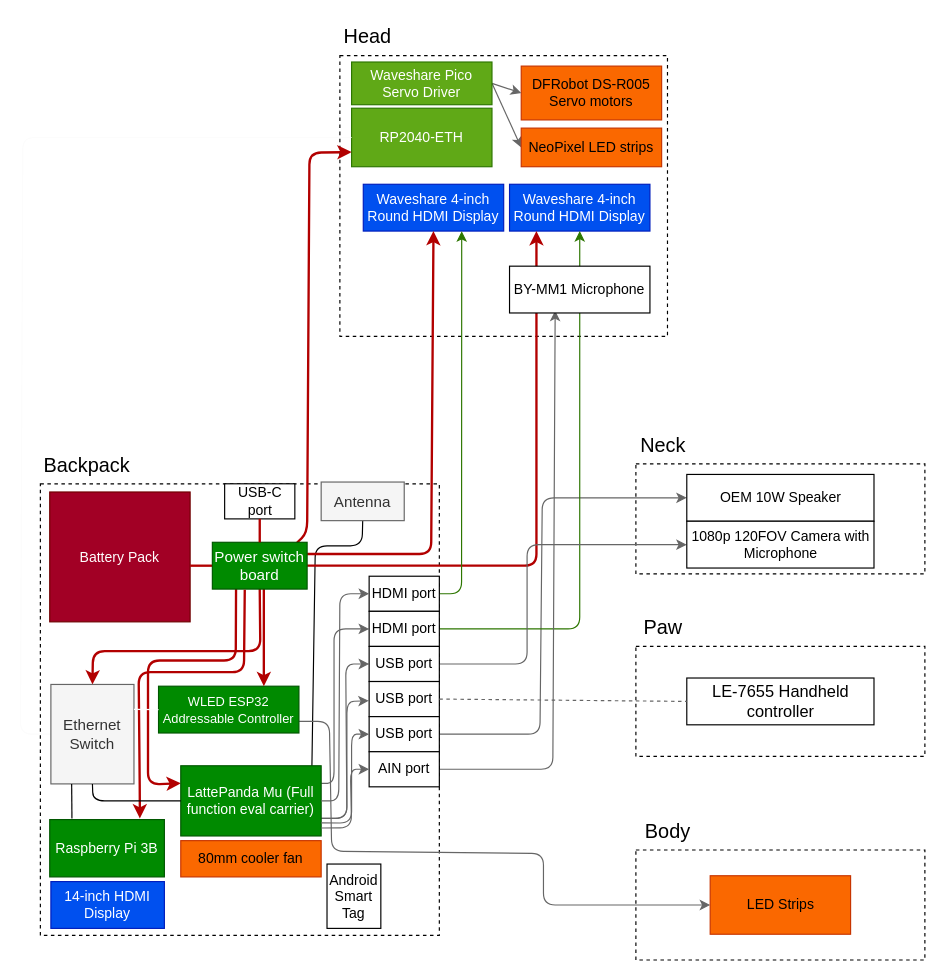
Above: Planning/Hardware.drawio in MekhyW/DYNAMO-Electronic-Fursuit-3.0 (draw.io), before the change. Source tidied: cells renumbered, new cells numbered last; positions are measured from the earlier drawing's top-left corner, leaving out a move shared by most shapes. Both pictures are drawn from the tidied source at 117%, with x=0, y=0 at pixel (20, 20).
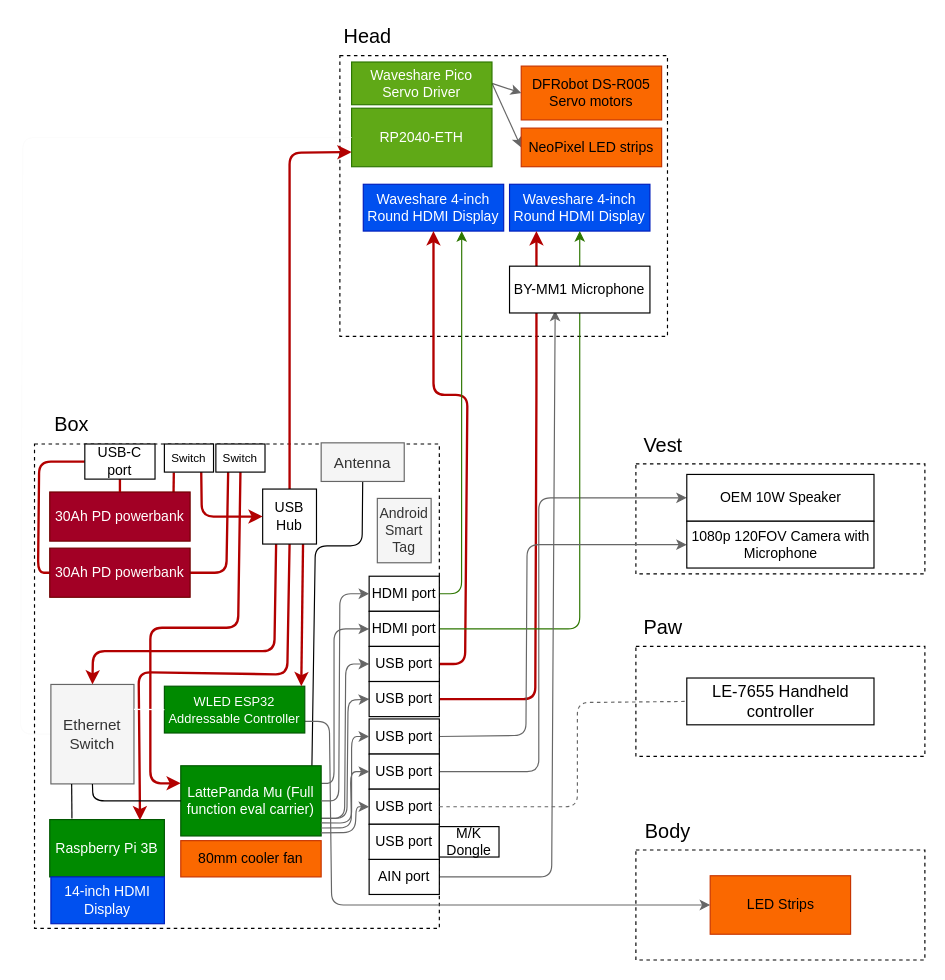
After the change.

The change refers to these unchanged cells:
```xml
<mxCell id="6" value="RP2040-ETH" style="rounded=0;whiteSpace=wrap;html=1;fillColor=#60a917;fontColor=#ffffff;strokeColor=#2D7600;" parent="1" vertex="1">
  <mxGeometry x="283" y="75" width="120" height="50" as="geometry" />
</mxCell>
<mxCell id="17" value="LattePanda Mu (Full function eval carrier)" style="rounded=0;whiteSpace=wrap;html=1;fillColor=#008a00;fontColor=#ffffff;strokeColor=#005700;" parent="1" vertex="1">
  <mxGeometry x="137" y="637" width="120" height="60" as="geometry" />
</mxCell>
<mxCell id="20" value="Waveshare 4-inch Round HDMI Display" style="rounded=0;whiteSpace=wrap;html=1;fillColor=#0050ef;fontColor=#ffffff;strokeColor=#001DBC;" parent="1" vertex="1">
  <mxGeometry x="293" y="140" width="120" height="40" as="geometry" />
</mxCell>
<mxCell id="34" value="&lt;font style=&quot;&quot;&gt;OEM 10W Speaker&lt;/font&gt;" style="rounded=0;whiteSpace=wrap;html=1;" parent="1" vertex="1">
  <mxGeometry x="569.5" y="388" width="160" height="40" as="geometry" />
</mxCell>
<mxCell id="39" value="&lt;font style=&quot;font-size: 14px;&quot;&gt;LE-7655 Handheld controller&lt;/font&gt;" style="rounded=0;whiteSpace=wrap;html=1;" parent="1" vertex="1">
  <mxGeometry x="569.5" y="562" width="160" height="40" as="geometry" />
</mxCell>
<mxCell id="55" value="Ethernet Switch" style="whiteSpace=wrap;html=1;labelBackgroundColor=none;fontSize=13;fillColor=#f5f5f5;fontColor=#333333;strokeColor=#666666;" parent="1" vertex="1">
  <mxGeometry x="26" y="567.5" width="71" height="85" as="geometry" />
</mxCell>
<mxCell id="57" value="Raspberry Pi 3B" style="rounded=0;whiteSpace=wrap;html=1;fillColor=#008a00;fontColor=#ffffff;strokeColor=#005700;" parent="1" vertex="1">
  <mxGeometry x="25" y="683" width="98" height="49" as="geometry" />
</mxCell>
<mxCell id="65" value="&lt;font style=&quot;&quot;&gt;1080p 120FOV Camera with Microphone&lt;/font&gt;" style="rounded=0;whiteSpace=wrap;html=1;" parent="1" vertex="1">
  <mxGeometry x="569.5" y="428" width="160" height="40" as="geometry" />
</mxCell>
<mxCell id="68" value="&lt;span style=&quot;color: rgb(0, 0, 0);&quot;&gt;LED Strips&lt;/span&gt;" style="rounded=0;whiteSpace=wrap;html=1;fillColor=#fa6800;fontColor=#000000;strokeColor=#C73500;" parent="1" vertex="1">
  <mxGeometry x="589.5" y="731" width="120" height="50" as="geometry" />
</mxCell>
```

What changed in the source:
```diff
@@
     <mxCell id="9" style="rounded=0;whiteSpace=wrap;html=1;dashed=1;" parent="1" vertex="1">
-      <mxGeometry x="17" y="396" width="341" height="386" as="geometry" />
+      <mxGeometry x="12" y="362" width="346" height="414" as="geometry" />
     </mxCell>
-    <mxCell id="10" style="edgeStyle=none;html=1;exitX=0.25;exitY=1;exitDx=0;exitDy=0;entryX=0;entryY=0.25;entryDx=0;entryDy=0;startArrow=none;fillColor=#e51400;strokeColor=#B20000;strokeWidth=2;" parent="1" edge="1" source="47" target="17">
+    <mxCell id="10" style="edgeStyle=none;html=1;exitX=0.5;exitY=0;exitDx=0;exitDy=0;entryX=0;entryY=0.25;entryDx=0;entryDy=0;startArrow=none;fillColor=#e51400;strokeColor=#B20000;strokeWidth=2;" parent="1" edge="1" source="77" target="17">
       <mxGeometry relative="1" as="geometry">
         <Array as="points">
-          <mxPoint x="184" y="547" />
-          <mxPoint x="109" y="547" />
-          <mxPoint x="109" y="653" />
+          <mxPoint x="186" y="519" />
+          <mxPoint x="111" y="519" />
+          <mxPoint x="111" y="652" />
         </Array>
       </mxGeometry>
     </mxCell>
+    <mxCell id="69" style="edgeStyle=none;html=1;exitX=0.882;exitY=0.01;exitDx=0;exitDy=0;entryX=0.808;entryY=-0.016;entryDx=0;entryDy=0;entryPerimeter=0;strokeColor=#B20000;strokeWidth=2;fontSize=10;endArrow=none;endFill=0;exitPerimeter=0;" parent="1" edge="1" source="11" target="76">
+      <mxGeometry relative="1" as="geometry" />
+    </mxCell>
-    <mxCell id="11" value="Battery Pack" style="rounded=0;whiteSpace=wrap;html=1;fillColor=#a20025;fontColor=#ffffff;strokeColor=#6F0000;" parent="1" vertex="1">
-      <mxGeometry x="25" y="403" width="120" height="111" as="geometry" />
+    <mxCell id="11" value="30Ah PD powerbank" style="rounded=0;whiteSpace=wrap;html=1;fillColor=#a20025;fontColor=#ffffff;strokeColor=#6F0000;" parent="1" vertex="1">
+      <mxGeometry x="25" y="403" width="120" height="42" as="geometry" />
     </mxCell>
-    <mxCell id="12" style="edgeStyle=none;html=1;exitX=1;exitY=0.5;exitDx=0;exitDy=0;entryX=0;entryY=0.5;entryDx=0;entryDy=0;fillColor=#f5f5f5;strokeColor=#666666;" parent="1" edge="1" source="50" target="34">
+    <mxCell id="12" style="edgeStyle=none;html=1;exitX=1;exitY=0.5;exitDx=0;exitDy=0;entryX=0;entryY=0.5;entryDx=0;entryDy=0;fillColor=#f5f5f5;strokeColor=#666666;" parent="1" edge="1" source="31" target="34">
       <mxGeometry relative="1" as="geometry">
         <Array as="points">
-          <mxPoint x="444" y="610" />
-          <mxPoint x="446" y="408" />
+          <mxPoint x="443" y="642" />
+          <mxPoint x="443" y="408" />
         </Array>
       </mxGeometry>
     </mxCell>
@@
-    <mxCell id="14" style="edgeStyle=none;html=1;exitX=1;exitY=0.75;exitDx=0;exitDy=0;entryX=0;entryY=0.5;entryDx=0;entryDy=0;strokeColor=light-dark(#666666,#FAFAFA);strokeWidth=1;fontSize=8;startArrow=none;startFill=0;fillColor=#f5f5f5;" parent="1" edge="1" source="17" target="29">
+    <mxCell id="14" style="edgeStyle=none;html=1;exitX=1;exitY=0.75;exitDx=0;exitDy=0;entryX=0;entryY=0.5;entryDx=0;entryDy=0;strokeColor=light-dark(#666666,#FAFAFA);strokeWidth=1;fontSize=8;startArrow=none;startFill=0;fillColor=#f5f5f5;" parent="1" edge="1" source="17" target="79">
       <mxGeometry relative="1" as="geometry">
         <Array as="points">
-          <mxPoint x="279" y="682" />
+          <mxPoint x="277" y="682" />
           <mxPoint x="278" y="550" />
         </Array>
       </mxGeometry>
     </mxCell>
-    <mxCell id="15" style="edgeStyle=none;html=1;exitX=1;exitY=0.75;exitDx=0;exitDy=0;entryX=-0.005;entryY=0.549;entryDx=0;entryDy=0;strokeColor=light-dark(#666666,#FFFFFF);strokeWidth=1;fontSize=8;startArrow=none;startFill=0;fillColor=#f5f5f5;entryPerimeter=0;" parent="1" edge="1" source="17" target="31">
+    <mxCell id="15" style="edgeStyle=none;html=1;exitX=1;exitY=0.75;exitDx=0;exitDy=0;entryX=0;entryY=0.5;entryDx=0;entryDy=0;strokeColor=light-dark(#666666,#FFFFFF);strokeWidth=1;fontSize=8;startArrow=none;startFill=0;fillColor=#f5f5f5;" parent="1" edge="1" source="17" target="80">
       <mxGeometry relative="1" as="geometry">
         <Array as="points">
           <mxPoint x="279" y="682" />
-          <mxPoint x="279" y="582" />
+          <mxPoint x="280" y="581" />
         </Array>
       </mxGeometry>
     </mxCell>
@@
     <mxCell id="18" style="edgeStyle=none;html=1;exitX=1;exitY=0.75;exitDx=0;exitDy=0;fillColor=#f5f5f5;strokeColor=#666666;entryX=0;entryY=0.5;entryDx=0;entryDy=0;" parent="1" edge="1" source="19" target="68">
       <mxGeometry relative="1" as="geometry">
         <Array as="points">
           <mxPoint x="264" y="599" />
-          <mxPoint x="266" y="710" />
-          <mxPoint x="447" y="712" />
+          <mxPoint x="266" y="756" />
           <mxPoint x="447" y="756" />
         </Array>
       </mxGeometry>
     </mxCell>
     <mxCell id="19" value="&lt;font style=&quot;font-size: 11px;&quot;&gt;WLED ESP32 Addressable Controller&lt;/font&gt;" style="rounded=0;whiteSpace=wrap;html=1;fillColor=#008a00;fontColor=#ffffff;strokeColor=#005700;" parent="1" vertex="1">
-      <mxGeometry x="118" y="569" width="120" height="40" as="geometry" />
+      <mxGeometry x="123" y="569" width="120" height="40" as="geometry" />
     </mxCell>
@@
-    <mxCell id="21" style="edgeStyle=none;html=1;exitX=1;exitY=0.5;exitDx=0;exitDy=0;fillColor=#e51400;strokeColor=#B20000;strokeWidth=2;entryX=0.75;entryY=0;entryDx=0;entryDy=0;startArrow=none;" parent="1" edge="1" source="47" target="19">
-      <mxGeometry relative="1" as="geometry">
-        <Array as="points">
-          <mxPoint x="208" y="464" />
-        </Array>
-      </mxGeometry>
-    </mxCell>
-    <mxCell id="22" style="edgeStyle=none;html=1;exitX=1;exitY=0.25;exitDx=0;exitDy=0;entryX=0.5;entryY=1;entryDx=0;entryDy=0;fillColor=#e51400;strokeColor=#B20000;strokeWidth=2;" parent="1" edge="1" source="47" target="20">
+    <mxCell id="22" style="edgeStyle=none;html=1;exitX=1;exitY=0.5;exitDx=0;exitDy=0;entryX=0.5;entryY=1;entryDx=0;entryDy=0;fillColor=#e51400;strokeColor=#B20000;strokeWidth=2;" parent="1" edge="1" source="79" target="20">
       <mxGeometry relative="1" as="geometry">
         <Array as="points">
-          <mxPoint x="351" y="456" />
+          <mxPoint x="380" y="550" />
+          <mxPoint x="382" y="320" />
+          <mxPoint x="353" y="320" />
         </Array>
       </mxGeometry>
     </mxCell>
-    <mxCell id="23" style="edgeStyle=none;html=1;exitX=1;exitY=0.5;exitDx=0;exitDy=0;fillColor=#e51400;strokeColor=#B20000;strokeWidth=2;" parent="1" edge="1" source="47">
+    <mxCell id="23" style="edgeStyle=none;html=1;exitX=1;exitY=0.5;exitDx=0;exitDy=0;fillColor=#e51400;strokeColor=#B20000;strokeWidth=2;" parent="1" edge="1" source="80">
       <mxGeometry relative="1" as="geometry">
         <mxPoint x="441" y="180" as="targetPoint" />
         <Array as="points">
-          <mxPoint x="441" y="466" />
+          <mxPoint x="440" y="580" />
           <mxPoint x="441" y="315" />
         </Array>
       </mxGeometry>
     </mxCell>
@@
     <mxCell id="28" style="edgeStyle=none;html=1;exitX=1;exitY=0.5;exitDx=0;exitDy=0;entryX=0;entryY=0.5;entryDx=0;entryDy=0;endArrow=classic;endFill=1;fillColor=#f5f5f5;strokeColor=#666666;" parent="1" edge="1" source="29" target="65">
       <mxGeometry relative="1" as="geometry">
         <Array as="points">
-          <mxPoint x="433" y="550" />
+          <mxPoint x="432" y="611" />
           <mxPoint x="433" y="448" />
         </Array>
       </mxGeometry>
     </mxCell>
     <mxCell id="29" value="USB port" style="rounded=0;whiteSpace=wrap;html=1;" parent="1" vertex="1">
-      <mxGeometry x="298" y="535" width="60" height="30" as="geometry" />
+      <mxGeometry x="298" y="597" width="60" height="30" as="geometry" />
     </mxCell>
     <mxCell id="30" style="edgeStyle=none;html=1;exitX=1;exitY=0.5;exitDx=0;exitDy=0;strokeColor=#666666;strokeWidth=1;fontSize=8;startArrow=none;startFill=0;fillColor=#f5f5f5;" parent="1" edge="1" source="51">
       <mxGeometry relative="1" as="geometry">
         <mxPoint x="457" y="248" as="targetPoint" />
         <Array as="points">
-          <mxPoint x="455" y="640" />
+          <mxPoint x="454" y="732" />
         </Array>
       </mxGeometry>
     </mxCell>
     <mxCell id="31" value="USB port" style="rounded=0;whiteSpace=wrap;html=1;" parent="1" vertex="1">
-      <mxGeometry x="298" y="565" width="60" height="30" as="geometry" />
+      <mxGeometry x="298" y="627" width="60" height="30" as="geometry" />
     </mxCell>
@@
-    <mxCell id="36" value="Android Smart Tag" style="rounded=0;whiteSpace=wrap;html=1;" parent="1" vertex="1">
-      <mxGeometry x="262" y="721" width="46" height="55" as="geometry" />
+    <mxCell id="36" value="Android Smart Tag" style="rounded=0;whiteSpace=wrap;html=1;fillColor=#f5f5f5;fontColor=#333333;strokeColor=#666666;" parent="1" vertex="1">
+      <mxGeometry x="305" y="408.5" width="46" height="55" as="geometry" />
     </mxCell>
@@
-    <mxCell id="41" value="&lt;font style=&quot;font-size: 17px;&quot;&gt;Backpack&lt;/font&gt;" style="text;html=1;align=center;verticalAlign=middle;whiteSpace=wrap;rounded=0;" parent="1" vertex="1">
-      <mxGeometry x="17" y="366" width="80" height="30" as="geometry" />
+    <mxCell id="41" value="&lt;font style=&quot;font-size: 17px;&quot;&gt;Box&lt;br&gt;&lt;/font&gt;" style="text;html=1;align=center;verticalAlign=middle;whiteSpace=wrap;rounded=0;" parent="1" vertex="1">
+      <mxGeometry x="10" y="331" width="68" height="30" as="geometry" />
     </mxCell>
-    <mxCell id="42" value="&lt;font style=&quot;font-size: 17px;&quot;&gt;Neck&lt;/font&gt;" style="text;html=1;align=center;verticalAlign=middle;whiteSpace=wrap;rounded=0;" parent="1" vertex="1">
+    <mxCell id="42" value="&lt;span style=&quot;font-size: 17px;&quot;&gt;Vest&lt;/span&gt;" style="text;html=1;align=center;verticalAlign=middle;whiteSpace=wrap;rounded=0;" parent="1" vertex="1">
       <mxGeometry x="526" y="349" width="46.5" height="30" as="geometry" />
     </mxCell>
@@
-    <mxCell id="44" style="edgeStyle=none;html=1;fillColor=#e51400;strokeColor=#B20000;strokeWidth=2;entryX=0;entryY=0.5;entryDx=0;entryDy=0;endArrow=none;" parent="1" edge="1" target="47">
-      <mxGeometry relative="1" as="geometry">
-        <mxPoint x="145" y="466" as="sourcePoint" />
-      </mxGeometry>
-    </mxCell>
-    <mxCell id="45" style="edgeStyle=none;html=1;exitX=0.5;exitY=1;exitDx=0;exitDy=0;entryX=0.5;entryY=0;entryDx=0;entryDy=0;strokeColor=#B20000;fontSize=13;endArrow=classic;endFill=1;fillColor=#a20025;strokeWidth=2;" parent="1" edge="1" source="47" target="55">
+    <mxCell id="45" style="edgeStyle=none;html=1;exitX=0.25;exitY=1;exitDx=0;exitDy=0;entryX=0.5;entryY=0;entryDx=0;entryDy=0;strokeColor=#B20000;fontSize=13;endArrow=classic;endFill=1;fillColor=#a20025;strokeWidth=2;" parent="1" edge="1" source="74" target="55">
       <mxGeometry relative="1" as="geometry">
         <Array as="points">
-          <mxPoint x="205" y="539" />
+          <mxPoint x="217" y="539" />
           <mxPoint x="62" y="539" />
         </Array>
       </mxGeometry>
     </mxCell>
-    <mxCell id="46" style="edgeStyle=none;html=1;exitX=0.887;exitY=0.02;exitDx=0;exitDy=0;entryX=0;entryY=0.75;entryDx=0;entryDy=0;endArrow=classic;endFill=1;strokeColor=#B20000;strokeWidth=2;exitPerimeter=0;" parent="1" edge="1" source="47" target="6">
+    <mxCell id="46" style="edgeStyle=none;html=1;exitX=0.5;exitY=0;exitDx=0;exitDy=0;entryX=0;entryY=0.75;entryDx=0;entryDy=0;endArrow=classic;endFill=1;strokeColor=#B20000;strokeWidth=2;" parent="1" edge="1" source="74" target="6">
       <mxGeometry relative="1" as="geometry">
         <Array as="points">
-          <mxPoint x="245" y="438" />
-          <mxPoint x="247" y="113" />
+          <mxPoint x="230" y="113" />
         </Array>
       </mxGeometry>
     </mxCell>
-    <mxCell id="47" value="&lt;font style=&quot;font-size: 13px;&quot;&gt;Power switch board&lt;/font&gt;" style="rounded=0;whiteSpace=wrap;html=1;fillColor=#008a00;fontColor=#ffffff;strokeColor=#005700;fontSize=13;" parent="1" vertex="1">
-      <mxGeometry x="164" y="446" width="81" height="40" as="geometry" />
-    </mxCell>
-    <mxCell id="48" value="USB-C port" style="rounded=0;whiteSpace=wrap;html=1;" parent="1" vertex="1">
-      <mxGeometry x="174.5" y="396" width="60" height="30" as="geometry" />
-    </mxCell>
-    <mxCell id="49" style="edgeStyle=none;html=1;fillColor=#e51400;strokeColor=#B20000;strokeWidth=2;entryX=0.5;entryY=0;entryDx=0;entryDy=0;endArrow=none;exitX=0.5;exitY=1;exitDx=0;exitDy=0;" parent="1" edge="1" source="48" target="47">
-      <mxGeometry relative="1" as="geometry" />
-    </mxCell>
     <mxCell id="50" value="USB port" style="rounded=0;whiteSpace=wrap;html=1;" parent="1" vertex="1">
-      <mxGeometry x="298" y="595" width="60" height="30" as="geometry" />
+      <mxGeometry x="298" y="657" width="60" height="30" as="geometry" />
     </mxCell>
     <mxCell id="51" value="AIN port" style="rounded=0;whiteSpace=wrap;html=1;" parent="1" vertex="1">
-      <mxGeometry x="298" y="625" width="60" height="30" as="geometry" />
+      <mxGeometry x="298" y="717" width="60" height="30" as="geometry" />
     </mxCell>
-    <mxCell id="52" style="edgeStyle=none;html=1;exitX=1;exitY=0.813;exitDx=0;exitDy=0;entryX=0;entryY=0.5;entryDx=0;entryDy=0;strokeColor=light-dark(#666666,#FFFFFF);strokeWidth=1;fontSize=8;startArrow=none;startFill=0;fillColor=#f5f5f5;exitPerimeter=0;" parent="1" edge="1" source="17" target="50">
+    <mxCell id="52" style="edgeStyle=none;html=1;exitX=1;exitY=0.813;exitDx=0;exitDy=0;entryX=0;entryY=0.5;entryDx=0;entryDy=0;strokeColor=light-dark(#666666,#FFFFFF);strokeWidth=1;fontSize=8;startArrow=none;startFill=0;fillColor=#f5f5f5;exitPerimeter=0;" parent="1" edge="1" source="17" target="29">
       <mxGeometry relative="1" as="geometry">
         <Array as="points">
           <mxPoint x="283" y="686" />
-          <mxPoint x="283" y="610" />
+          <mxPoint x="283" y="612" />
         </Array>
       </mxGeometry>
     </mxCell>
-    <mxCell id="53" style="edgeStyle=none;html=1;exitX=1.001;exitY=0.887;exitDx=0;exitDy=0;entryX=0;entryY=0.5;entryDx=0;entryDy=0;strokeColor=light-dark(#666666,#FFFFFF);strokeWidth=1;fontSize=8;startArrow=none;startFill=0;fillColor=#f5f5f5;exitPerimeter=0;" parent="1" edge="1" source="17" target="51">
+    <mxCell id="53" style="edgeStyle=none;html=1;exitX=1.001;exitY=0.887;exitDx=0;exitDy=0;entryX=0;entryY=0.5;entryDx=0;entryDy=0;strokeColor=light-dark(#666666,#FFFFFF);strokeWidth=1;fontSize=8;startArrow=none;startFill=0;fillColor=#f5f5f5;exitPerimeter=0;" parent="1" edge="1" source="17" target="31">
       <mxGeometry relative="1" as="geometry">
         <Array as="points">
           <mxPoint x="283" y="690" />
-          <mxPoint x="282" y="640" />
+          <mxPoint x="282" y="642" />
         </Array>
       </mxGeometry>
     </mxCell>
@@
     <mxCell id="58" value="14-inch HDMI Display" style="rounded=0;whiteSpace=wrap;html=1;fillColor=#0050ef;fontColor=#ffffff;strokeColor=#001DBC;" parent="1" vertex="1">
-      <mxGeometry x="26" y="736" width="97" height="40" as="geometry" />
+      <mxGeometry x="26" y="732" width="97" height="40" as="geometry" />
     </mxCell>
-    <mxCell id="59" style="edgeStyle=none;html=1;exitX=0.342;exitY=1.014;exitDx=0;exitDy=0;startArrow=none;fillColor=#e51400;strokeColor=#B20000;strokeWidth=2;exitPerimeter=0;" parent="1" edge="1" source="47">
+    <mxCell id="59" style="edgeStyle=none;html=1;exitX=0.5;exitY=1;exitDx=0;exitDy=0;startArrow=none;fillColor=#e51400;strokeColor=#B20000;strokeWidth=2;entryX=0.787;entryY=0.012;entryDx=0;entryDy=0;entryPerimeter=0;" parent="1" edge="1" source="74" target="57">
       <mxGeometry relative="1" as="geometry">
-        <mxPoint x="102" y="682" as="targetPoint" />
         <Array as="points">
-          <mxPoint x="191" y="557" />
+          <mxPoint x="228" y="559" />
           <mxPoint x="101" y="557" />
           <mxPoint x="102" y="663" />
         </Array>
       </mxGeometry>
     </mxCell>
@@
     <mxCell id="62" value="Antenna" style="whiteSpace=wrap;html=1;labelBackgroundColor=none;fontSize=13;fillColor=#f5f5f5;fontColor=#333333;strokeColor=#666666;" parent="1" vertex="1">
-      <mxGeometry x="257" y="394.5" width="71" height="33" as="geometry" />
+      <mxGeometry x="257" y="361" width="71" height="33" as="geometry" />
     </mxCell>
@@
-    <mxCell id="66" style="edgeStyle=none;html=1;exitX=1;exitY=0.5;exitDx=0;exitDy=0;entryX=0;entryY=0.5;entryDx=0;entryDy=0;endArrow=none;endFill=0;fillColor=#f5f5f5;strokeColor=#666666;dashed=1;" parent="1" edge="1" source="31" target="39">
-      <mxGeometry relative="1" as="geometry" />
+    <mxCell id="66" style="edgeStyle=none;html=1;exitX=1;exitY=0.5;exitDx=0;exitDy=0;entryX=0;entryY=0.5;entryDx=0;entryDy=0;endArrow=none;endFill=0;fillColor=#f5f5f5;strokeColor=#666666;dashed=1;" parent="1" edge="1" source="50" target="39">
+      <mxGeometry relative="1" as="geometry">
+        <Array as="points">
+          <mxPoint x="476" y="672" />
+          <mxPoint x="476" y="583" />
+        </Array>
+      </mxGeometry>
     </mxCell>
@@
+    <mxCell id="70" style="edgeStyle=none;html=1;exitX=1;exitY=0.5;exitDx=0;exitDy=0;entryX=0.75;entryY=0;entryDx=0;entryDy=0;strokeColor=#B20000;strokeWidth=2;fontSize=10;endArrow=none;endFill=0;" parent="1" edge="1" source="72" target="77">
+      <mxGeometry relative="1" as="geometry">
+        <Array as="points">
+          <mxPoint x="176" y="472" />
+        </Array>
+      </mxGeometry>
+    </mxCell>
+    <mxCell id="71" style="edgeStyle=none;html=1;exitX=0;exitY=0.5;exitDx=0;exitDy=0;entryX=0;entryY=0.5;entryDx=0;entryDy=0;strokeColor=#B20000;strokeWidth=2;fontSize=10;endArrow=none;endFill=0;" parent="1" edge="1" source="72" target="48">
+      <mxGeometry relative="1" as="geometry">
+        <Array as="points">
+          <mxPoint x="15" y="472" />
+          <mxPoint x="16" y="377" />
+        </Array>
+      </mxGeometry>
+    </mxCell>
+    <mxCell id="72" value="30Ah PD powerbank" style="rounded=0;whiteSpace=wrap;html=1;fillColor=#a20025;fontColor=#ffffff;strokeColor=#6F0000;" parent="1" vertex="1">
+      <mxGeometry x="25" y="451" width="120" height="42" as="geometry" />
+    </mxCell>
+    <mxCell id="73" style="edgeStyle=none;html=1;exitX=0.75;exitY=1;exitDx=0;exitDy=0;strokeColor=#B20000;strokeWidth=2;entryX=0.975;entryY=0;entryDx=0;entryDy=0;entryPerimeter=0;" parent="1" edge="1" source="74" target="19">
+      <mxGeometry relative="1" as="geometry" />
+    </mxCell>
+    <mxCell id="74" value="USB Hub" style="rounded=0;whiteSpace=wrap;html=1;" parent="1" vertex="1">
+      <mxGeometry x="207" y="400.5" width="46" height="47" as="geometry" />
+    </mxCell>
+    <mxCell id="75" style="edgeStyle=none;html=1;exitX=0.25;exitY=0;exitDx=0;exitDy=0;entryX=0;entryY=0.5;entryDx=0;entryDy=0;strokeColor=#B20000;strokeWidth=2;fontSize=10;endArrow=classic;endFill=1;" parent="1" edge="1" source="76" target="74">
+      <mxGeometry relative="1" as="geometry">
+        <Array as="points">
+          <mxPoint x="155" y="424" />
+        </Array>
+      </mxGeometry>
+    </mxCell>
+    <mxCell id="76" value="&lt;span style=&quot;font-size: 10px;&quot;&gt;Switch&lt;/span&gt;" style="rounded=0;whiteSpace=wrap;html=1;direction=west;" parent="1" vertex="1">
+      <mxGeometry x="123" y="362" width="42" height="24" as="geometry" />
+    </mxCell>
+    <mxCell id="77" value="&lt;span style=&quot;font-size: 10px;&quot;&gt;Switch&lt;/span&gt;" style="rounded=0;whiteSpace=wrap;html=1;direction=west;" parent="1" vertex="1">
+      <mxGeometry x="167" y="362" width="42" height="24" as="geometry" />
+    </mxCell>
+    <mxCell id="78" style="edgeStyle=none;html=1;exitX=0.5;exitY=1;exitDx=0;exitDy=0;entryX=0.5;entryY=0;entryDx=0;entryDy=0;strokeColor=#B20000;strokeWidth=2;fontSize=10;endArrow=none;endFill=0;" parent="1" edge="1" source="48" target="11">
+      <mxGeometry relative="1" as="geometry" />
+    </mxCell>
+    <mxCell id="48" value="USB-C port" style="rounded=0;whiteSpace=wrap;html=1;" parent="1" vertex="1">
+      <mxGeometry x="55" y="362" width="60" height="30" as="geometry" />
+    </mxCell>
+    <mxCell id="79" value="USB port" style="rounded=0;whiteSpace=wrap;html=1;" parent="1" vertex="1">
+      <mxGeometry x="298" y="535" width="60" height="30" as="geometry" />
+    </mxCell>
+    <mxCell id="80" value="USB port" style="rounded=0;whiteSpace=wrap;html=1;" parent="1" vertex="1">
+      <mxGeometry x="298" y="565" width="60" height="30" as="geometry" />
+    </mxCell>
+    <mxCell id="81" style="edgeStyle=none;html=1;exitX=0.998;exitY=0.957;exitDx=0;exitDy=0;entryX=0;entryY=0.5;entryDx=0;entryDy=0;strokeColor=light-dark(#666666,#FFFFFF);strokeWidth=1;fontSize=8;startArrow=none;startFill=0;fillColor=#f5f5f5;exitPerimeter=0;" parent="1" edge="1" source="17" target="50">
+      <mxGeometry relative="1" as="geometry">
+        <Array as="points">
+          <mxPoint x="286" y="694" />
+          <mxPoint x="287" y="672" />
+        </Array>
+      </mxGeometry>
+    </mxCell>
+    <mxCell id="82" value="USB port" style="rounded=0;whiteSpace=wrap;html=1;" parent="1" vertex="1">
+      <mxGeometry x="298" y="687" width="60" height="30" as="geometry" />
+    </mxCell>
+    <mxCell id="83" value="M/K Dongle" style="rounded=0;whiteSpace=wrap;html=1;" parent="1" vertex="1">
+      <mxGeometry x="358" y="689" width="51" height="26" as="geometry" />
+    </mxCell>
```
